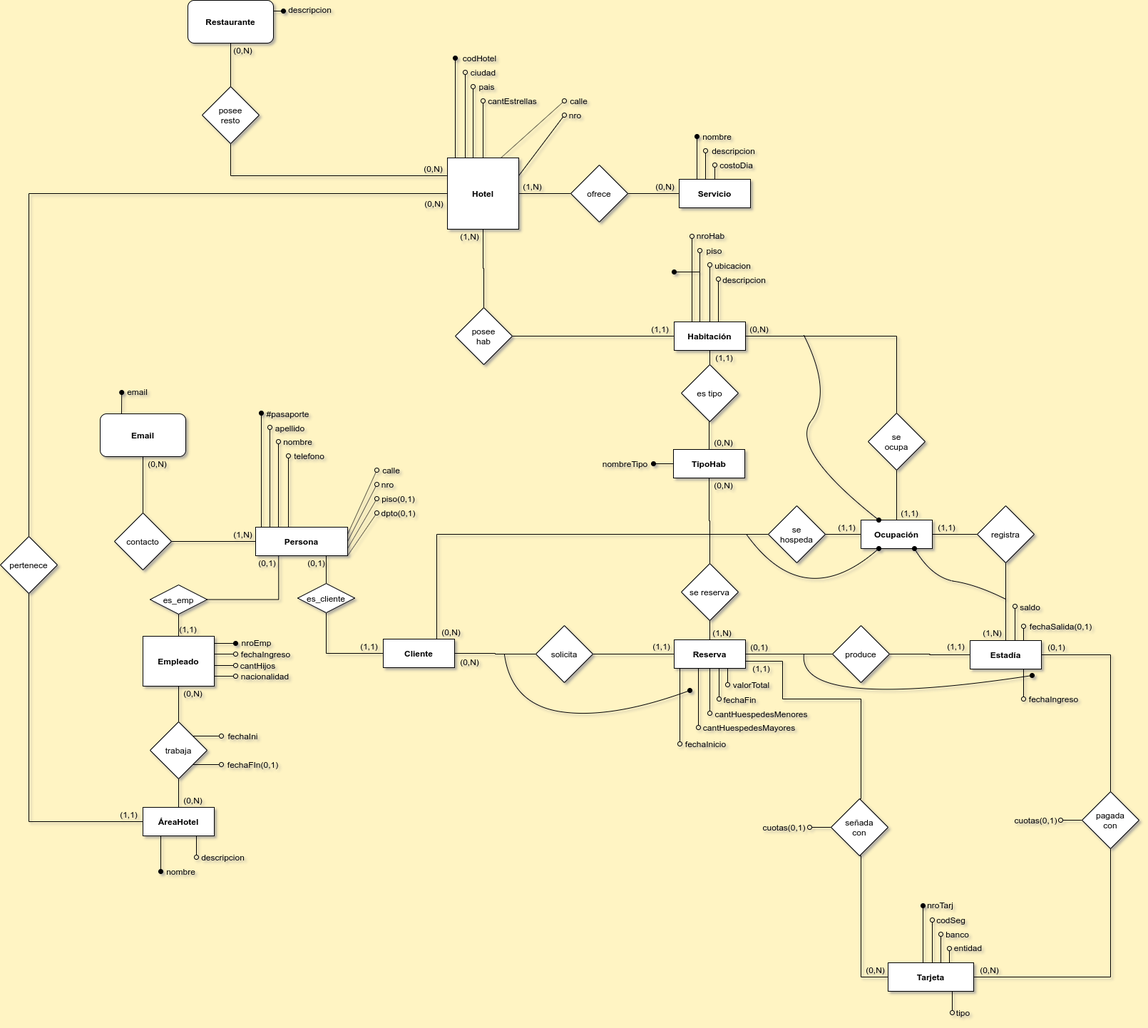
sergiocld99/unlp-tramo-final keeps this draw.io diagram as BD/01-modelos/06-hotel/ej6-logico.drawio.png. Above is the earlier version. Source tidied: cells renumbered, new cells last; positions are measured from the earlier drawing's top-left corner, leaving out a move shared by most shapes.
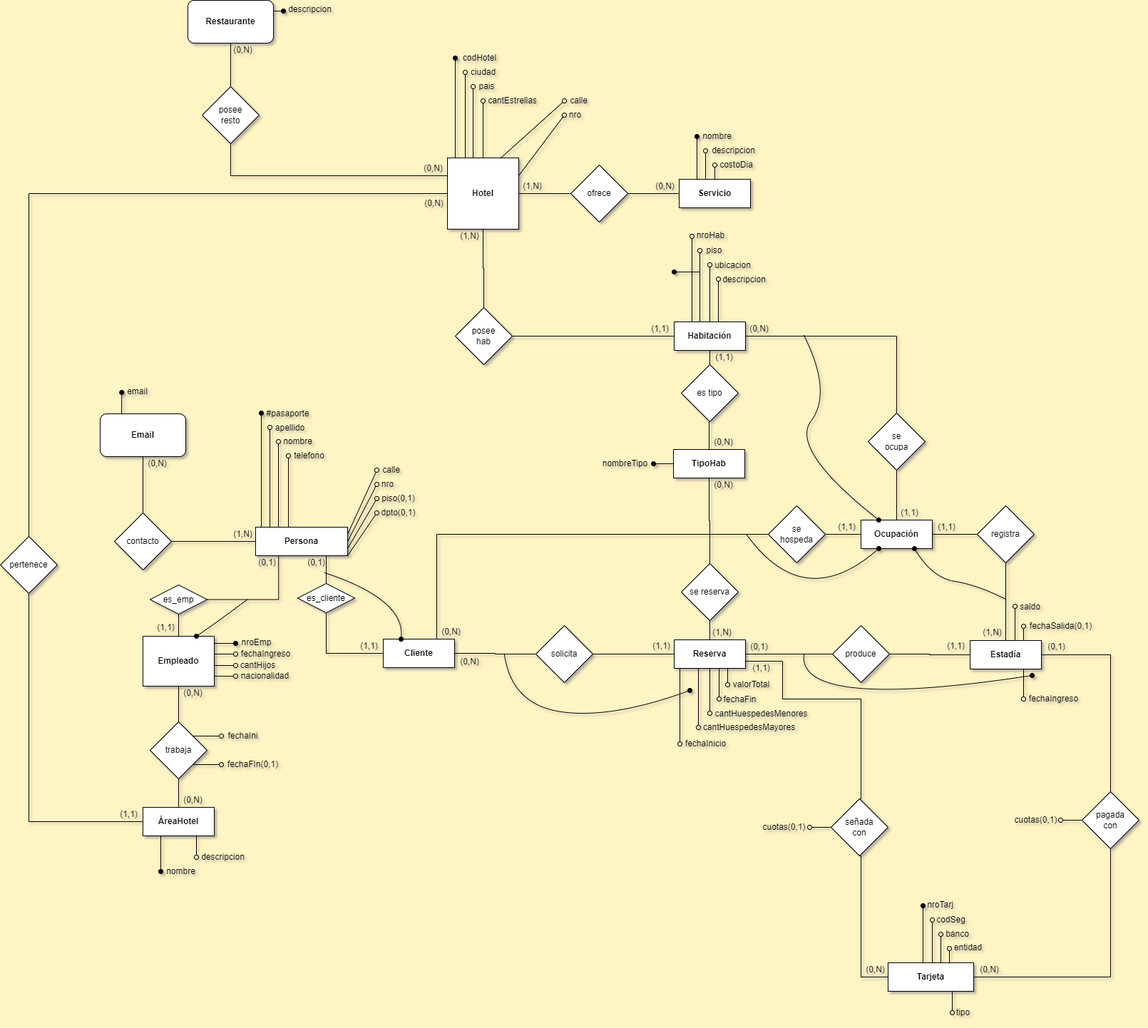
The same diagram one commit later.

Change to the diagram source:
```diff
@@ -762,10 +762,25 @@
       <mxGeometry x="423" y="779" width="40" height="20" as="geometry" />
     </mxCell>
     <mxCell id="199" value="(1,1)" style="text;html=1;align=center;verticalAlign=middle;strokeColor=none;fillColor=none;" parent="1" vertex="1">
-      <mxGeometry x="243" y="872" width="40" height="20" as="geometry" />
+      <mxGeometry x="212" y="870" width="40" height="20" as="geometry" />
     </mxCell>
     <mxCell id="200" value="(1,1)" style="text;html=1;align=center;verticalAlign=middle;strokeColor=none;fillColor=none;" parent="1" vertex="1">
       <mxGeometry x="497" y="896" width="40" height="20" as="geometry" />
     </mxCell>
+    <mxCell id="201" style="curved=1;endArrow=oval;html=1;rounded=0;exitX=0.8;exitY=1.2;exitDx=0;exitDy=0;exitPerimeter=0;entryX=0.25;entryY=0;entryDx=0;entryDy=0;endFill=1;" parent="1" edge="1" source="198" target="32">
+      <mxGeometry relative="1" as="geometry">
+        <Array as="points">
+          <mxPoint x="567" y="840" />
+        </Array>
+      </mxGeometry>
+    </mxCell>
+    <mxCell id="202" style="curved=1;endArrow=oval;html=1;rounded=0;entryX=0.75;entryY=0;entryDx=0;entryDy=0;endFill=1;" parent="1" edge="1" target="37">
+      <mxGeometry relative="1" as="geometry">
+        <mxPoint x="347" y="840" as="sourcePoint" />
+        <Array as="points">
+          <mxPoint x="307" y="870" />
+        </Array>
+      </mxGeometry>
+    </mxCell>
   </root>
 </mxGraphModel>
```
